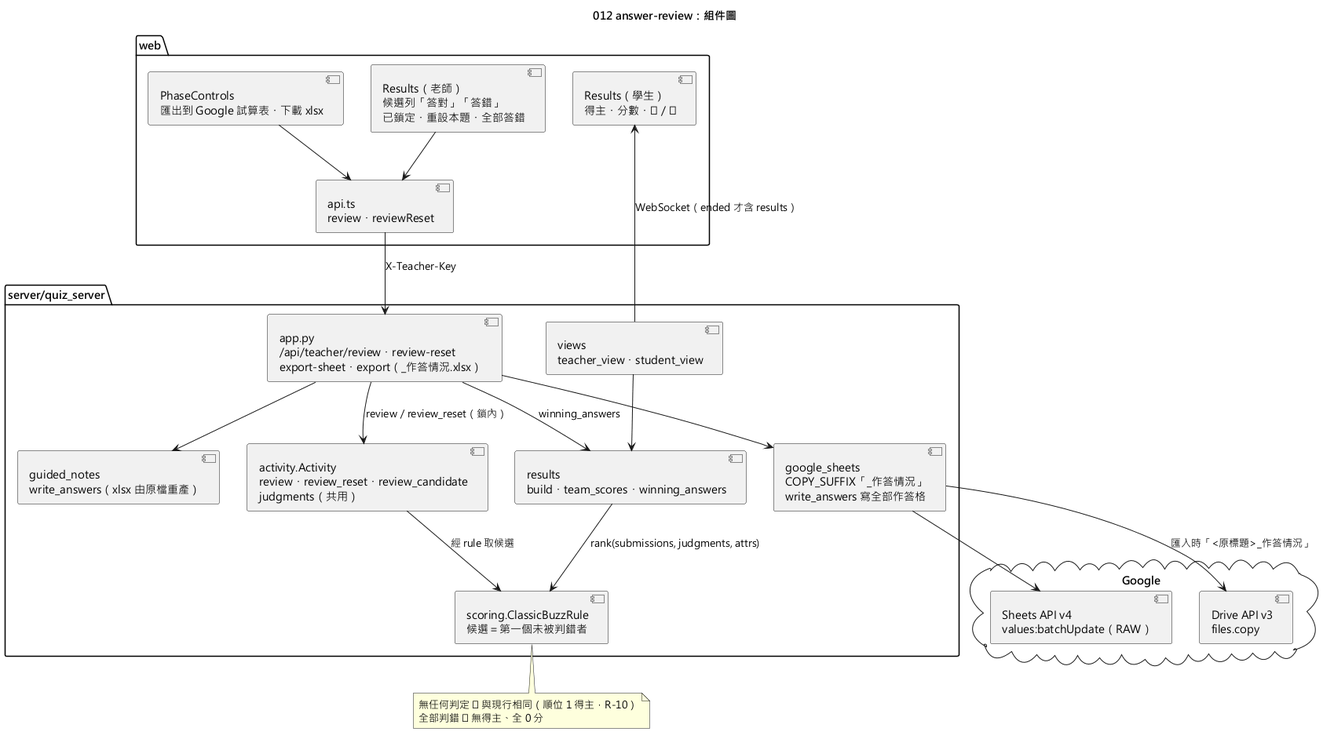
yue083139/software_fin-speckit keeps this PlantUML diagram as diagrams/012-answer-review-component.png. Above is the earlier version. Its diagram source:
```plantuml
@startuml 012-answer-review-component
skinparamlocked defaultFontName Microsoft JhengHei
title 012 answer-review：組件圖

package "web" {
  [Results（老師）\n候選列「答對」「答錯」\n已鎖定・重設本題・全部答錯] as RT
  [Results（學生）\n得主・分數・✓／✗] as RS
  [PhaseControls\n匯出到 Google 試算表・下載 xlsx] as PC
  [api.ts\nreview・reviewReset] as Api
}

package "server/quiz_server" {
  [app.py\n/api/teacher/review・review-reset\nexport-sheet・export（_作答情況.xlsx）] as App
  [activity.Activity\nreview・review_reset・review_candidate\njudgments（共用）] as Act
  [scoring.ClassicBuzzRule\n候選＝第一個未被判錯者] as Rule
  [results\nbuild・team_scores・winning_answers] as Res
  [views\nteacher_view・student_view] as Views
  [google_sheets\nCOPY_SUFFIX「_作答情況」\nwrite_answers 寫全部作答格] as GS
  [guided_notes\nwrite_answers（xlsx 由原檔重產）] as Notes
}

cloud "Google" {
  [Sheets API v4\nvalues:batchUpdate（RAW）] as G_Sheets
  [Drive API v3\nfiles.copy] as G_Drive
}

RT --> Api
PC --> Api
Api --> App : X-Teacher-Key
App --> Act : review／review_reset（鎖內）
Act --> Rule : 經 rule 取候選
Res --> Rule : rank(submissions, judgments, attrs)
Views --> Res
App --> Res : winning_answers
App --> GS
App --> Notes
GS --> G_Sheets
GS --> G_Drive : 匯入時「<原標題>_作答情況」
Views --> RS : WebSocket（ended 才含 results）
note bottom of Rule
  無任何判定 ⇒ 與現行相同（順位 1 得主，R-10）
  全部判錯 ⇒ 無得主、全 0 分
end note
@enduml
```
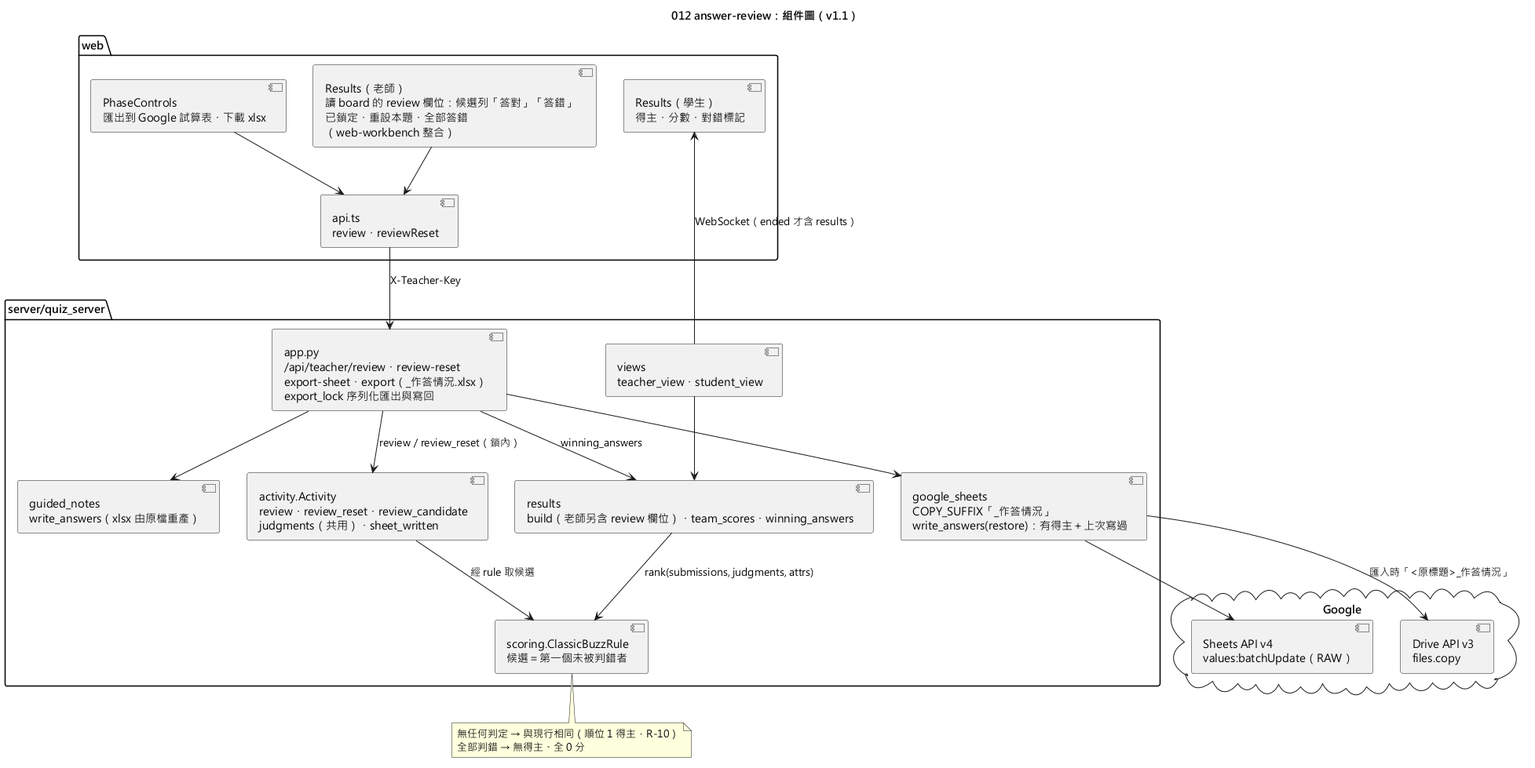
Above is the later version.

What changed in the source:
```diff
@@ -1,21 +1,21 @@
 @startuml 012-answer-review-component
 skinparamlocked defaultFontName Microsoft JhengHei
-title 012 answer-review：組件圖
+title 012 answer-review：組件圖（v1.1）
 
 package "web" {
-  [Results（老師）\n候選列「答對」「答錯」\n已鎖定・重設本題・全部答錯] as RT
-  [Results（學生）\n得主・分數・✓／✗] as RS
+  [Results（老師）\n讀 board 的 review 欄位：候選列「答對」「答錯」\n已鎖定・重設本題・全部答錯\n（web-workbench 整合）] as RT
+  [Results（學生）\n得主・分數・對錯標記] as RS
   [PhaseControls\n匯出到 Google 試算表・下載 xlsx] as PC
   [api.ts\nreview・reviewReset] as Api
 }
 
 package "server/quiz_server" {
-  [app.py\n/api/teacher/review・review-reset\nexport-sheet・export（_作答情況.xlsx）] as App
-  [activity.Activity\nreview・review_reset・review_candidate\njudgments（共用）] as Act
+  [app.py\n/api/teacher/review・review-reset\nexport-sheet・export（_作答情況.xlsx）\nexport_lock 序列化匯出與寫回] as App
+  [activity.Activity\nreview・review_reset・review_candidate\njudgments（共用）・sheet_written] as Act
   [scoring.ClassicBuzzRule\n候選＝第一個未被判錯者] as Rule
-  [results\nbuild・team_scores・winning_answers] as Res
+  [results\nbuild（老師另含 review 欄位）・team_scores・winning_answers] as Res
   [views\nteacher_view・student_view] as Views
-  [google_sheets\nCOPY_SUFFIX「_作答情況」\nwrite_answers 寫全部作答格] as GS
+  [google_sheets\nCOPY_SUFFIX「_作答情況」\nwrite_answers(restore)：有得主＋上次寫過] as GS
   [guided_notes\nwrite_answers（xlsx 由原檔重產）] as Notes
 }
 
@@ -38,7 +38,7 @@
 GS --> G_Drive : 匯入時「<原標題>_作答情況」
 Views --> RS : WebSocket（ended 才含 results）
 note bottom of Rule
-  無任何判定 ⇒ 與現行相同（順位 1 得主，R-10）
-  全部判錯 ⇒ 無得主、全 0 分
+  無任何判定 → 與現行相同（順位 1 得主，R-10）
+  全部判錯 → 無得主、全 0 分
 end note
 @enduml
```
